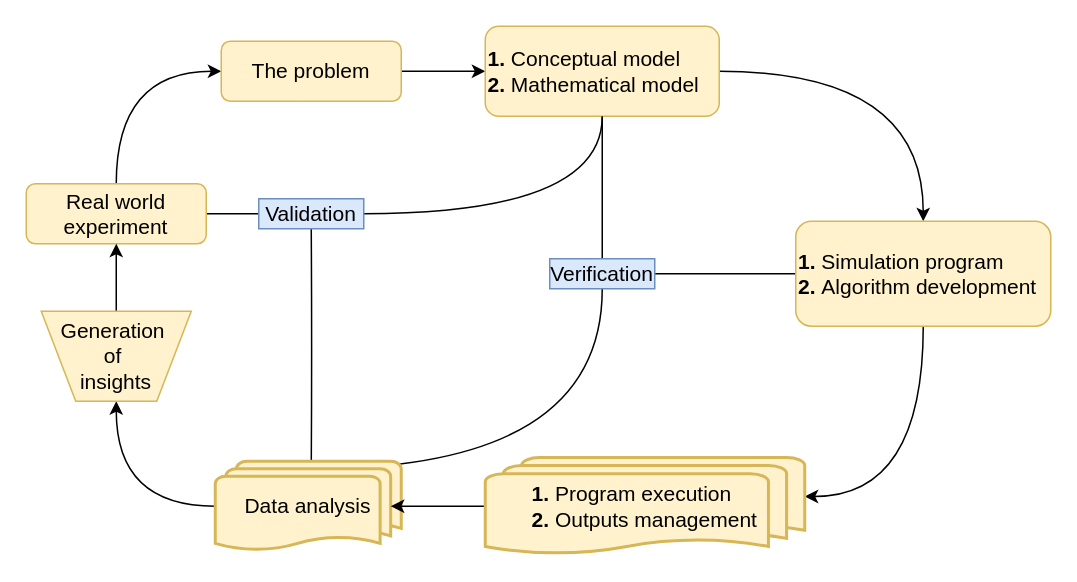
Above: modeling_simulation.drawio in SamMachariaPhD/modeling_and_simulation (draw.io), before the change. Source tidied: cells renumbered, new cells numbered last; positions are measured from the earlier drawing's top-left corner, leaving out a move shared by most shapes. Both pictures are drawn from the tidied source at 150%, with x=0, y=0 at pixel (26, 26).
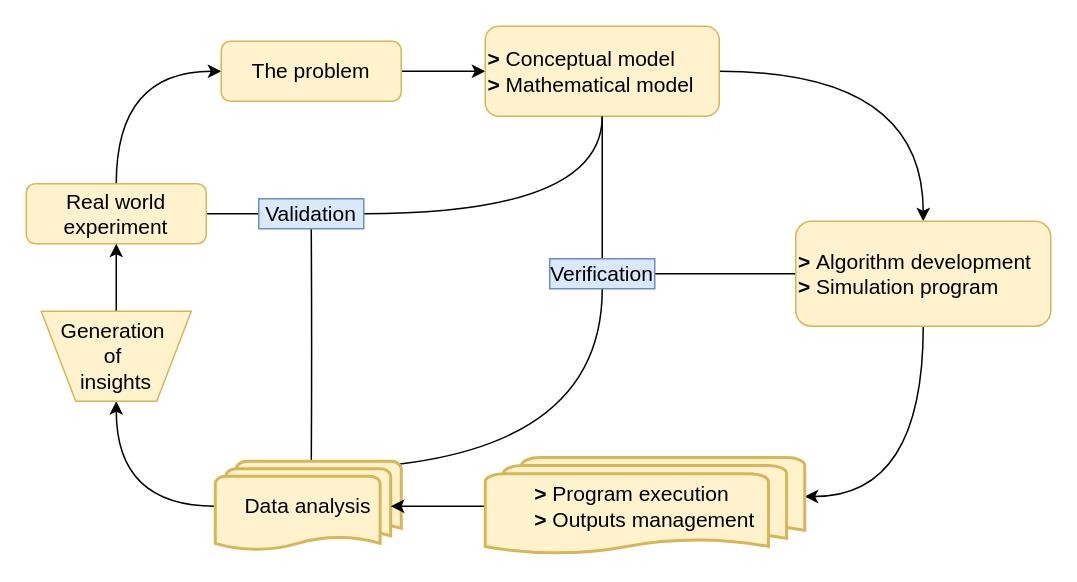
Above is the later version.

The edit, as a diff of the source:
```diff
@@
-    <mxCell id="9" value="&lt;font style=&quot;font-size: 14px&quot;&gt;&lt;b&gt;1. &lt;/b&gt;Conceptual model&lt;br&gt;&lt;b&gt;2. &lt;/b&gt;Mathematical model&lt;/font&gt;" style="rounded=1;whiteSpace=wrap;html=1;fontSize=12;glass=0;strokeWidth=1;shadow=0;fillColor=#fff2cc;strokeColor=#d6b656;align=left;" parent="1" vertex="1">
+    <mxCell id="9" value="&lt;font style=&quot;font-size: 14px&quot;&gt;&lt;b&gt;&amp;gt;&amp;nbsp;&lt;/b&gt;Conceptual model&lt;br&gt;&lt;b&gt;&amp;gt;&amp;nbsp;&lt;/b&gt;Mathematical model&lt;/font&gt;" style="rounded=1;whiteSpace=wrap;html=1;fontSize=12;glass=0;strokeWidth=1;shadow=0;fillColor=#fff2cc;strokeColor=#d6b656;align=left;" parent="1" vertex="1">
       <mxGeometry x="306" width="156" height="60" as="geometry" />
     </mxCell>
@@
-    <mxCell id="12" value="&lt;font style=&quot;font-size: 14px&quot;&gt;&lt;b&gt;1. &lt;/b&gt;Simulation program&lt;br&gt;&lt;b&gt;2. &lt;/b&gt;Algorithm development&lt;/font&gt;" style="rounded=1;whiteSpace=wrap;html=1;fontSize=12;glass=0;strokeWidth=1;shadow=0;fillColor=#fff2cc;strokeColor=#d6b656;align=left;" parent="1" vertex="1">
+    <mxCell id="12" value="&lt;font style=&quot;font-size: 14px&quot;&gt;&lt;b&gt;&amp;gt;&amp;nbsp;&lt;/b&gt;Algorithm development&lt;b&gt;&lt;br&gt;&amp;gt;&amp;nbsp;&lt;/b&gt;Simulation program&lt;br&gt;&lt;/font&gt;" style="rounded=1;whiteSpace=wrap;html=1;fontSize=12;glass=0;strokeWidth=1;shadow=0;fillColor=#fff2cc;strokeColor=#d6b656;align=left;" parent="1" vertex="1">
       <mxGeometry x="513" y="130" width="170" height="70" as="geometry" />
     </mxCell>
@@
-    <mxCell id="23" value="&lt;div style=&quot;text-align: left ; font-size: 14px&quot;&gt;&lt;font style=&quot;font-size: 14px&quot;&gt;&lt;b&gt;1. &lt;/b&gt;Program execution&lt;/font&gt;&lt;/div&gt;&lt;div style=&quot;text-align: left ; font-size: 14px&quot;&gt;&lt;font style=&quot;font-size: 14px&quot;&gt;&lt;b&gt;2. &lt;/b&gt;Outputs management&lt;/font&gt;&lt;/div&gt;" style="strokeWidth=2;html=1;shape=mxgraph.flowchart.multi-document;whiteSpace=wrap;fillColor=#fff2cc;strokeColor=#d6b656;" parent="1" vertex="1">
+    <mxCell id="23" value="&lt;div style=&quot;text-align: left ; font-size: 14px&quot;&gt;&lt;font style=&quot;font-size: 14px&quot;&gt;&lt;b&gt;&amp;gt;&amp;nbsp;&lt;/b&gt;Program execution&lt;/font&gt;&lt;/div&gt;&lt;div style=&quot;text-align: left ; font-size: 14px&quot;&gt;&lt;font style=&quot;font-size: 14px&quot;&gt;&lt;b&gt;&amp;gt;&amp;nbsp;&lt;/b&gt;Outputs management&lt;/font&gt;&lt;/div&gt;" style="strokeWidth=2;html=1;shape=mxgraph.flowchart.multi-document;whiteSpace=wrap;fillColor=#fff2cc;strokeColor=#d6b656;" parent="1" vertex="1">
       <mxGeometry x="306" y="287.5" width="213" height="65" as="geometry" />
     </mxCell>
```
